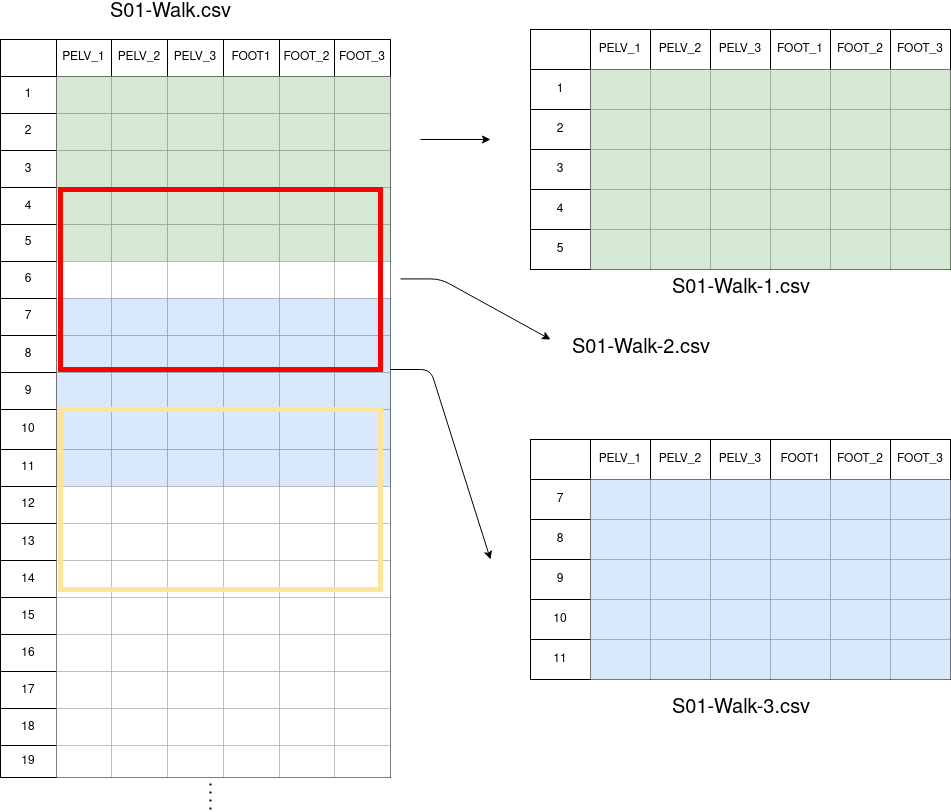
Before: framework/pre-processing/doc/images/Image_builder_overlap.png, a diagram exported from draw.io (GonzaloPardoVillalibre/HAR-AI-FRAMEWORK). Source tidied: cells renumbered, new cells last; positions are measured from the earlier drawing's top-left corner, leaving out a move shared by most shapes.
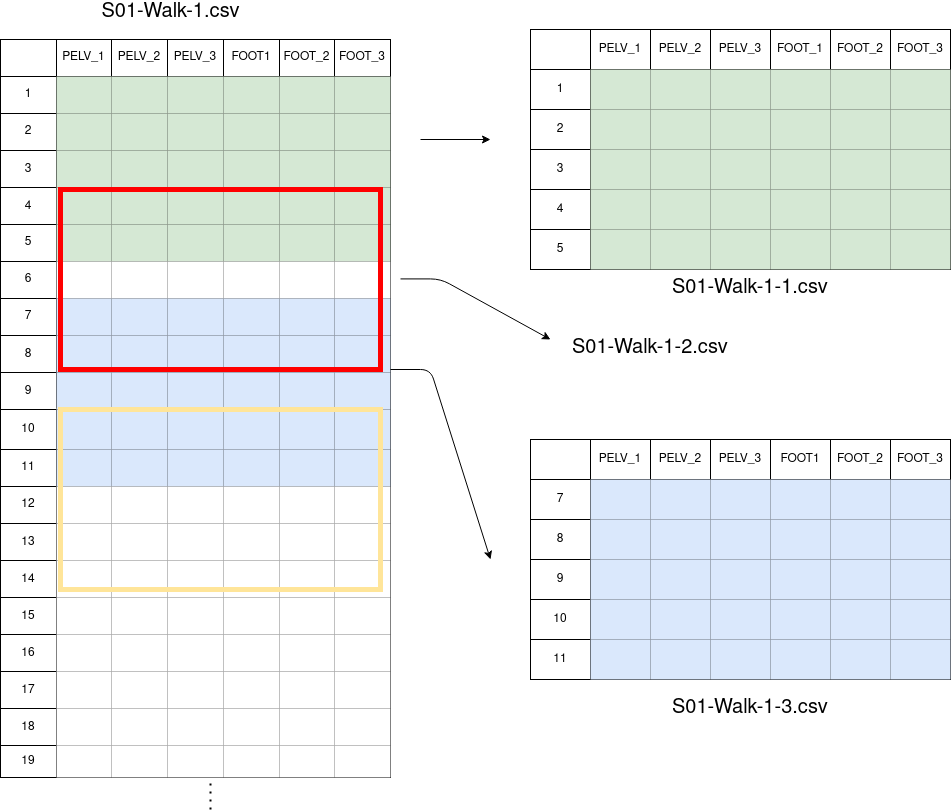
After the change.

The edit, as a diff of the source:
```diff
@@ -800,14 +800,14 @@
         <mxPoint x="210" y="775" as="targetPoint" />
       </mxGeometry>
     </mxCell>
-    <mxCell id="264" value="&lt;div style=&quot;font-size: 20px&quot;&gt;S01-Walk.csv&lt;/div&gt;&lt;div&gt;&lt;br&gt;&lt;/div&gt;" style="text;html=1;align=center;verticalAlign=middle;" parent="1" vertex="1">
-      <mxGeometry x="100" width="140" height="30" as="geometry" />
+    <mxCell id="264" value="&lt;div style=&quot;font-size: 20px&quot;&gt;S01-Walk-1.csv&lt;/div&gt;&lt;div&gt;&lt;br&gt;&lt;/div&gt;" style="text;html=1;align=center;verticalAlign=middle;" parent="1" vertex="1">
+      <mxGeometry x="95" width="150" height="30" as="geometry" />
     </mxCell>
-    <mxCell id="265" value="&lt;div style=&quot;font-size: 20px&quot;&gt;S01-Walk-1.csv&lt;/div&gt;&lt;div&gt;&lt;br&gt;&lt;/div&gt;" style="text;whiteSpace=wrap;html=1;" parent="1" vertex="1">
-      <mxGeometry x="670" y="265" width="150" height="40" as="geometry" />
+    <mxCell id="265" value="&lt;div style=&quot;font-size: 20px&quot;&gt;S01-Walk-1-1.csv&lt;/div&gt;&lt;div&gt;&lt;br&gt;&lt;/div&gt;" style="text;whiteSpace=wrap;html=1;" parent="1" vertex="1">
+      <mxGeometry x="670" y="265" width="170" height="40" as="geometry" />
     </mxCell>
-    <mxCell id="266" value="&lt;div style=&quot;font-size: 20px&quot;&gt;S01-Walk-3.csv&lt;/div&gt;&lt;div&gt;&lt;br&gt;&lt;/div&gt;" style="text;whiteSpace=wrap;html=1;" parent="1" vertex="1">
-      <mxGeometry x="670" y="685" width="150" height="40" as="geometry" />
+    <mxCell id="266" value="&lt;div style=&quot;font-size: 20px&quot;&gt;S01-Walk-1-3.csv&lt;/div&gt;&lt;div&gt;&lt;br&gt;&lt;/div&gt;" style="text;whiteSpace=wrap;html=1;" parent="1" vertex="1">
+      <mxGeometry x="670" y="685" width="160" height="40" as="geometry" />
     </mxCell>
     <mxCell id="267" style="endArrow=classic;html=1;" parent="1" edge="1">
       <mxGeometry relative="1" as="geometry">
@@ -818,8 +818,8 @@
         </Array>
       </mxGeometry>
     </mxCell>
-    <mxCell id="268" value="&lt;div style=&quot;font-size: 20px&quot;&gt;S01-Walk-2.csv&lt;/div&gt;&lt;div&gt;&lt;br&gt;&lt;/div&gt;" style="text;whiteSpace=wrap;html=1;" parent="1" vertex="1">
-      <mxGeometry x="570" y="325" width="150" height="40" as="geometry" />
+    <mxCell id="268" value="&lt;div style=&quot;font-size: 20px&quot;&gt;S01-Walk-1-2.csv&lt;/div&gt;&lt;div&gt;&lt;br&gt;&lt;/div&gt;" style="text;whiteSpace=wrap;html=1;" parent="1" vertex="1">
+      <mxGeometry x="570" y="325" width="170" height="40" as="geometry" />
     </mxCell>
     <mxCell id="269" style="rounded=0;whiteSpace=wrap;html=1;fillColor=none;strokeColor=#FFE599;strokeWidth=5;" parent="1" vertex="1">
       <mxGeometry x="60" y="405" width="320" height="180" as="geometry" />
```
